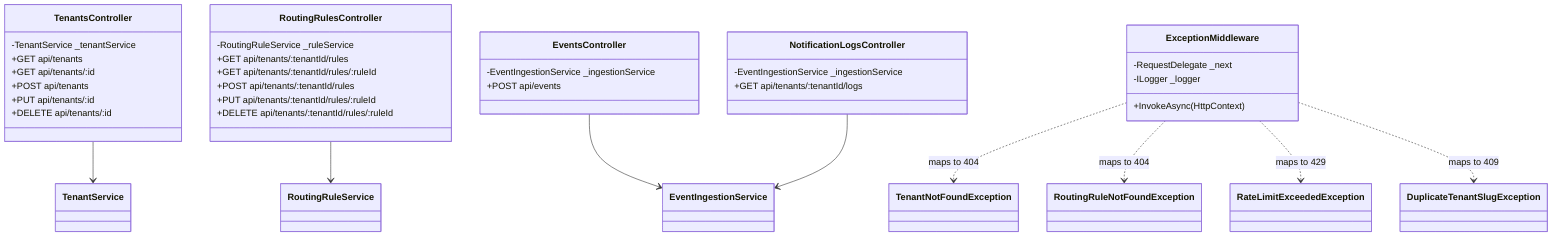
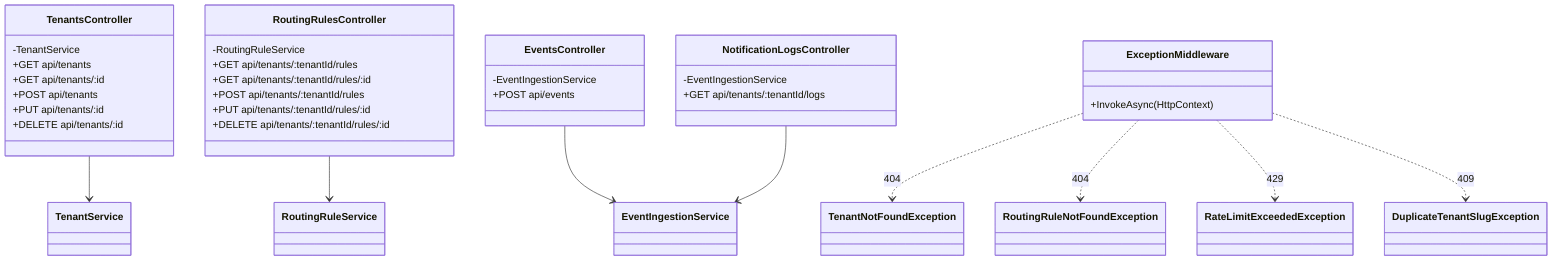
classDiagram
    class TenantsController {
-         -TenantService _tenantService
+         -TenantService
        +GET    api/tenants
        +GET    api/tenants/:id
        +POST   api/tenants
        +PUT    api/tenants/:id
        +DELETE api/tenants/:id
    }
    class RoutingRulesController {
-         -RoutingRuleService _ruleService
+         -RoutingRuleService
        +GET    api/tenants/:tenantId/rules
-         +GET    api/tenants/:tenantId/rules/:ruleId
+         +GET    api/tenants/:tenantId/rules/:id
        +POST   api/tenants/:tenantId/rules
-         +PUT    api/tenants/:tenantId/rules/:ruleId
-         +DELETE api/tenants/:tenantId/rules/:ruleId
+         +PUT    api/tenants/:tenantId/rules/:id
+         +DELETE api/tenants/:tenantId/rules/:id
    }
    class EventsController {
-         -EventIngestionService _ingestionService
+         -EventIngestionService
        +POST api/events
    }
    class NotificationLogsController {
-         -EventIngestionService _ingestionService
+         -EventIngestionService
        +GET api/tenants/:tenantId/logs
    }
    class ExceptionMiddleware {
-         -RequestDelegate _next
-         -ILogger _logger
        +InvokeAsync(HttpContext)
    }

    TenantsController --> TenantService
    RoutingRulesController --> RoutingRuleService
    EventsController --> EventIngestionService
    NotificationLogsController --> EventIngestionService
-     ExceptionMiddleware ..> TenantNotFoundException : maps to 404
-     ExceptionMiddleware ..> RoutingRuleNotFoundException : maps to 404
-     ExceptionMiddleware ..> RateLimitExceededException : maps to 429
-     ExceptionMiddleware ..> DuplicateTenantSlugException : maps to 409
+     ExceptionMiddleware ..> TenantNotFoundException : 404
+     ExceptionMiddleware ..> RoutingRuleNotFoundException : 404
+     ExceptionMiddleware ..> RateLimitExceededException : 429
+     ExceptionMiddleware ..> DuplicateTenantSlugException : 409
